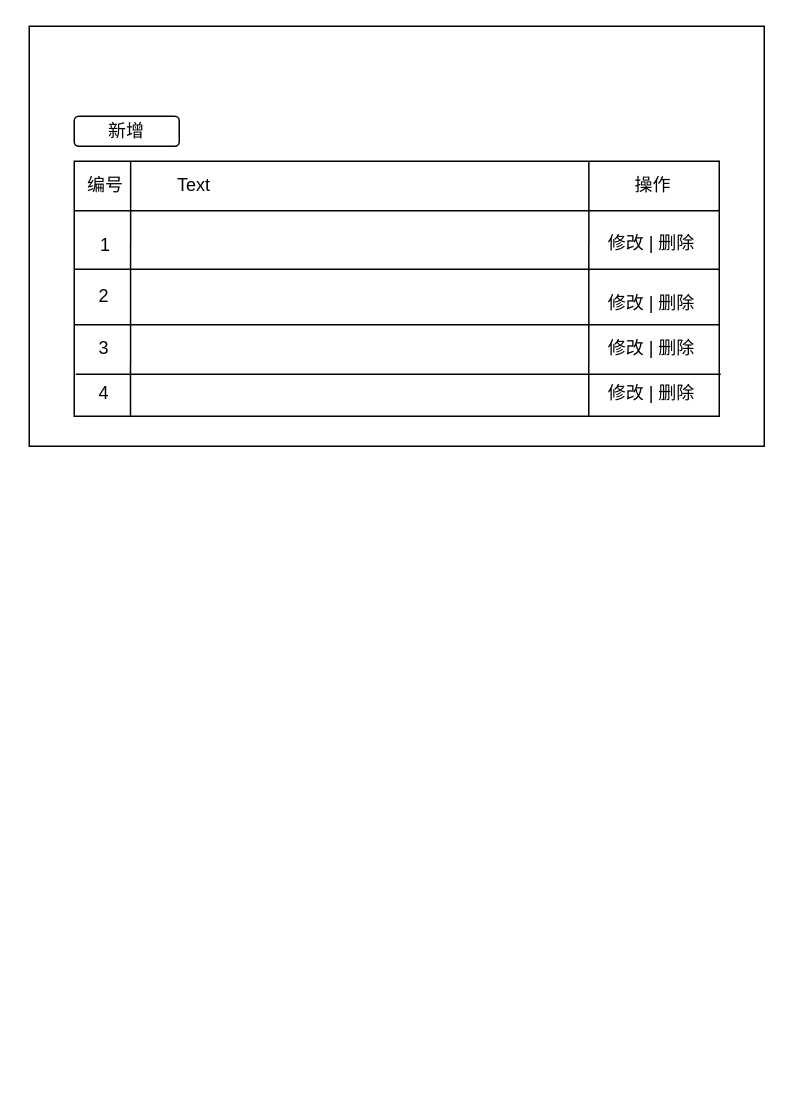
This is Untitled Diagram.drawio from meterXu/drawiofile, a draw.io file, before an edit. Source tidied: cells renumbered, new cells numbered last; positions are measured from the earlier drawing's top-left corner, leaving out a move shared by most shapes. Both pictures are drawn from the tidied source at 150%, with x=0, y=0 at pixel (28, 26).
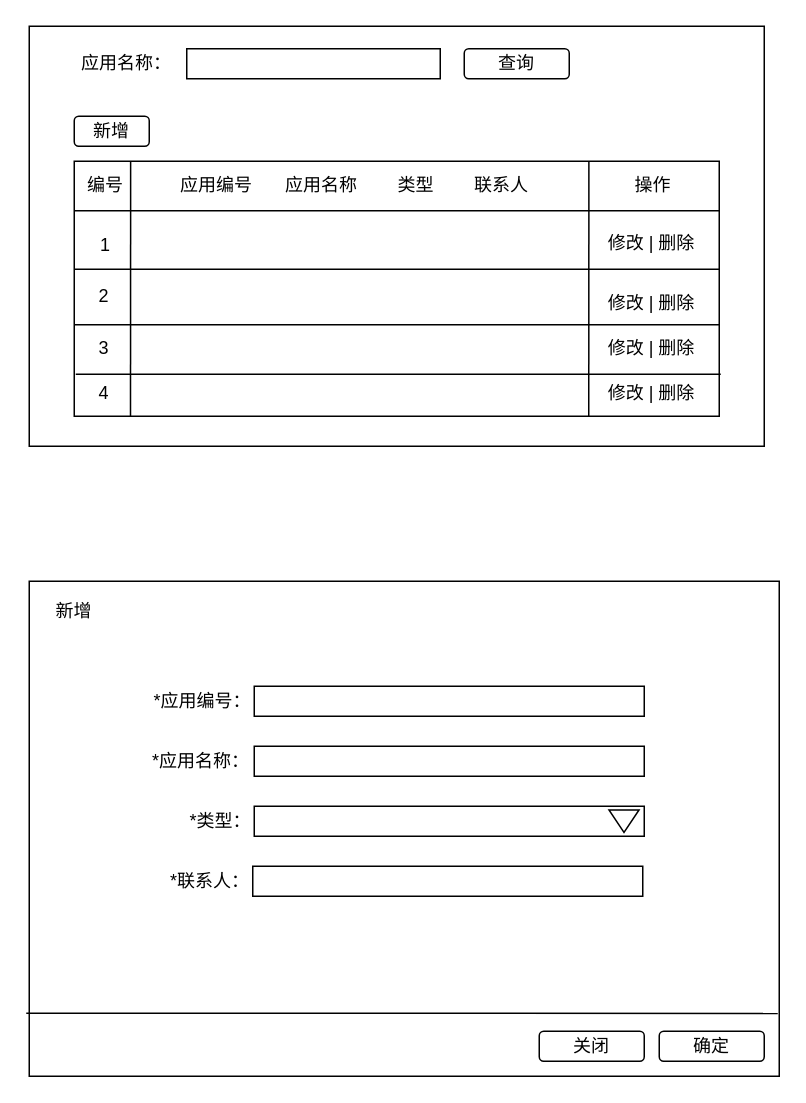
The same diagram, later.

Change to the diagram source:
```diff
@@
     <mxCell id="4" value="新增" style="rounded=1;whiteSpace=wrap;html=1;" parent="1" vertex="1">
-      <mxGeometry x="30" y="60" width="70" height="20" as="geometry" />
+      <mxGeometry x="30" y="60" width="50" height="20" as="geometry" />
     </mxCell>
@@
-    <mxCell id="21" value="Text" style="text;html=1;strokeColor=none;fillColor=none;align=center;verticalAlign=middle;whiteSpace=wrap;rounded=0;" parent="1" vertex="1">
-      <mxGeometry x="90" y="96" width="40" height="20" as="geometry" />
+    <mxCell id="21" value="应用编号" style="text;html=1;strokeColor=none;fillColor=none;align=center;verticalAlign=middle;whiteSpace=wrap;rounded=0;" parent="1" vertex="1">
+      <mxGeometry x="90" y="96" width="70" height="20" as="geometry" />
     </mxCell>
+    <mxCell id="22" value="应用名称" style="text;html=1;strokeColor=none;fillColor=none;align=center;verticalAlign=middle;whiteSpace=wrap;rounded=0;" parent="1" vertex="1">
+      <mxGeometry x="160" y="96" width="70" height="20" as="geometry" />
+    </mxCell>
+    <mxCell id="23" value="类型" style="text;html=1;strokeColor=none;fillColor=none;align=center;verticalAlign=middle;whiteSpace=wrap;rounded=0;" parent="1" vertex="1">
+      <mxGeometry x="223" y="96" width="70" height="20" as="geometry" />
+    </mxCell>
+    <mxCell id="24" value="联系人" style="text;html=1;strokeColor=none;fillColor=none;align=center;verticalAlign=middle;whiteSpace=wrap;rounded=0;" parent="1" vertex="1">
+      <mxGeometry x="280" y="96" width="70" height="20" as="geometry" />
+    </mxCell>
+    <mxCell id="25" style="rounded=0;whiteSpace=wrap;html=1;" parent="1" vertex="1">
+      <mxGeometry x="105" y="15" width="169" height="20" as="geometry" />
+    </mxCell>
+    <mxCell id="26" value="应用名称：" style="text;html=1;strokeColor=none;fillColor=none;align=center;verticalAlign=middle;whiteSpace=wrap;rounded=0;" parent="1" vertex="1">
+      <mxGeometry x="30" y="15" width="70" height="20" as="geometry" />
+    </mxCell>
+    <mxCell id="27" value="查询" style="rounded=1;whiteSpace=wrap;html=1;" parent="1" vertex="1">
+      <mxGeometry x="290" y="15" width="70" height="20" as="geometry" />
+    </mxCell>
+    <mxCell id="28" style="rounded=0;whiteSpace=wrap;html=1;" parent="1" vertex="1">
+      <mxGeometry y="370" width="500" height="330" as="geometry" />
+    </mxCell>
+    <mxCell id="29" value="新增" style="text;html=1;strokeColor=none;fillColor=none;align=center;verticalAlign=middle;whiteSpace=wrap;rounded=0;" parent="1" vertex="1">
+      <mxGeometry x="10" y="380" width="40" height="20" as="geometry" />
+    </mxCell>
+    <mxCell id="30" value="*应用编号：" style="text;html=1;strokeColor=none;fillColor=none;align=right;verticalAlign=middle;whiteSpace=wrap;rounded=0;" parent="1" vertex="1">
+      <mxGeometry x="71" y="440" width="79" height="20" as="geometry" />
+    </mxCell>
+    <mxCell id="31" value="*应用名称：" style="text;html=1;strokeColor=none;fillColor=none;align=right;verticalAlign=middle;whiteSpace=wrap;rounded=0;" parent="1" vertex="1">
+      <mxGeometry x="70" y="480" width="79" height="20" as="geometry" />
+    </mxCell>
+    <mxCell id="32" value="*类型：" style="text;html=1;strokeColor=none;fillColor=none;align=right;verticalAlign=middle;whiteSpace=wrap;rounded=0;" parent="1" vertex="1">
+      <mxGeometry x="71" y="520" width="79" height="20" as="geometry" />
+    </mxCell>
+    <mxCell id="33" value="*联系人：" style="text;html=1;strokeColor=none;fillColor=none;align=right;verticalAlign=middle;whiteSpace=wrap;rounded=0;" parent="1" vertex="1">
+      <mxGeometry x="70" y="560" width="79" height="20" as="geometry" />
+    </mxCell>
+    <mxCell id="34" style="endArrow=none;html=1;entryX=0.998;entryY=0.873;entryDx=0;entryDy=0;entryPerimeter=0;" parent="1" edge="1" target="28">
+      <mxGeometry relative="1" as="geometry">
+        <mxPoint x="-2" y="658" as="sourcePoint" />
+      </mxGeometry>
+    </mxCell>
+    <mxCell id="35" value="关闭" style="rounded=1;whiteSpace=wrap;html=1;align=center;" parent="1" vertex="1">
+      <mxGeometry x="340" y="670" width="70" height="20" as="geometry" />
+    </mxCell>
+    <mxCell id="36" value="确定" style="rounded=1;whiteSpace=wrap;html=1;align=center;" parent="1" vertex="1">
+      <mxGeometry x="420" y="670" width="70" height="20" as="geometry" />
+    </mxCell>
+    <mxCell id="37" style="rounded=0;whiteSpace=wrap;html=1;align=right;" parent="1" vertex="1">
+      <mxGeometry x="150" y="440" width="260" height="20" as="geometry" />
+    </mxCell>
+    <mxCell id="38" style="rounded=0;whiteSpace=wrap;html=1;align=right;" parent="1" vertex="1">
+      <mxGeometry x="150" y="480" width="260" height="20" as="geometry" />
+    </mxCell>
+    <mxCell id="39" style="rounded=0;whiteSpace=wrap;html=1;align=right;" parent="1" vertex="1">
+      <mxGeometry x="150" y="520" width="260" height="20" as="geometry" />
+    </mxCell>
+    <mxCell id="40" style="rounded=0;whiteSpace=wrap;html=1;align=right;" parent="1" vertex="1">
+      <mxGeometry x="149" y="560" width="260" height="20" as="geometry" />
+    </mxCell>
+    <mxCell id="41" style="triangle;whiteSpace=wrap;html=1;align=right;rotation=90;" parent="1" vertex="1">
+      <mxGeometry x="389" y="520" width="15" height="20" as="geometry" />
+    </mxCell>
```
